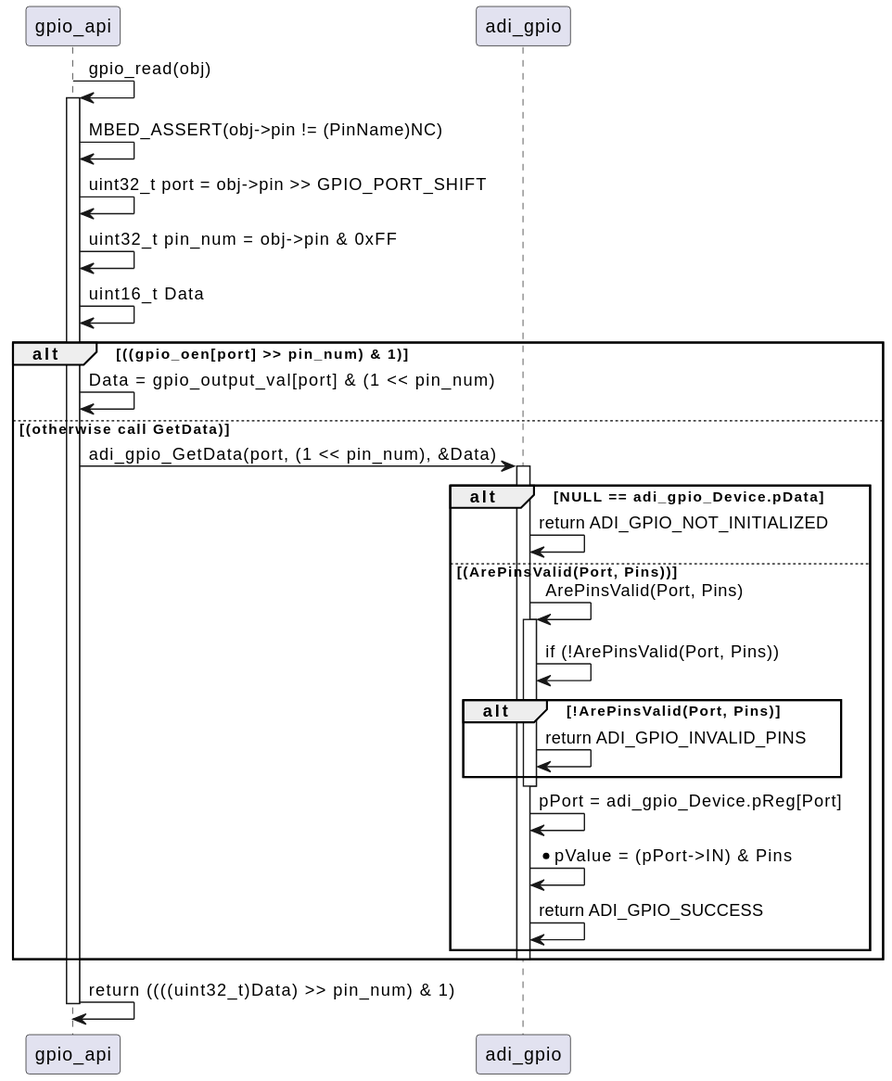
The PlantUML diagram ai-design/sequence/gpio_read.svg in Bhagyani08/test_project, before a commit.
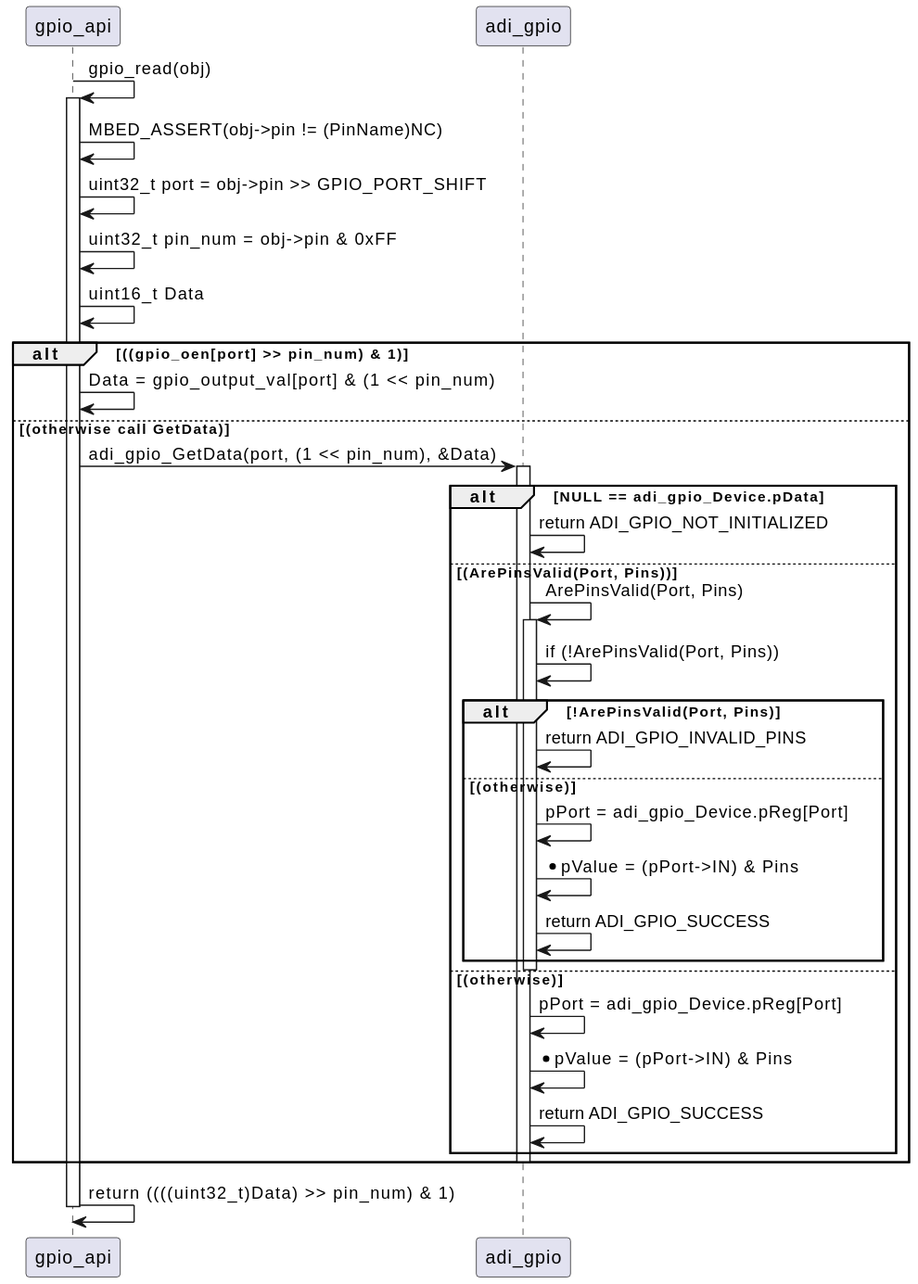
Later version of the same file.

Commit message:
Auto-update AI design diagrams

Change to the diagram source:
```diff
@@ -22,14 +22,20 @@
 
         adi_gpio -> adi_gpio: if (!ArePinsValid(Port, Pins))
 alt !ArePinsValid(Port, Pins)
-                adi_gpio -> adi_gpio: return ADI_GPIO_INVALID_PINS
-            end
+            adi_gpio -> adi_gpio: return ADI_GPIO_INVALID_PINS
+else (otherwise)
+            adi_gpio -> adi_gpio: pPort = adi_gpio_Device.pReg[Port]
+            adi_gpio -> adi_gpio: *pValue = (pPort->IN) & Pins
+            adi_gpio -> adi_gpio: return ADI_GPIO_SUCCESS
+        end
+
         deactivate adi_gpio
-
+else (otherwise)
         adi_gpio -> adi_gpio: pPort = adi_gpio_Device.pReg[Port]
         adi_gpio -> adi_gpio: *pValue = (pPort->IN) & Pins
         adi_gpio -> adi_gpio: return ADI_GPIO_SUCCESS
     end
+
     deactivate adi_gpio
 end
 
```
